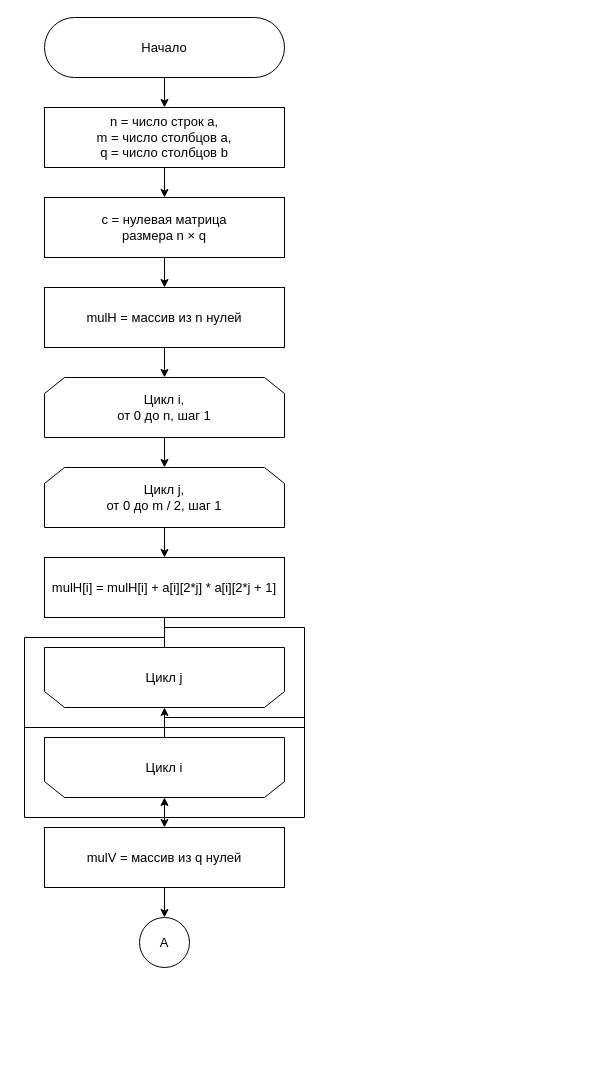
Above: page "winograd-1" (2 of 9) of lab-02/report/algo.drawio in swilldi/bmstu-sem5-algorithm-analysis (draw.io), before the change. Source tidied: cells renumbered, new cells numbered last; positions are measured from the earlier drawing's top-left corner, leaving out a move shared by most shapes. Both pictures are drawn from the tidied source at 100%, with x=0, y=0 at pixel (44, 17).
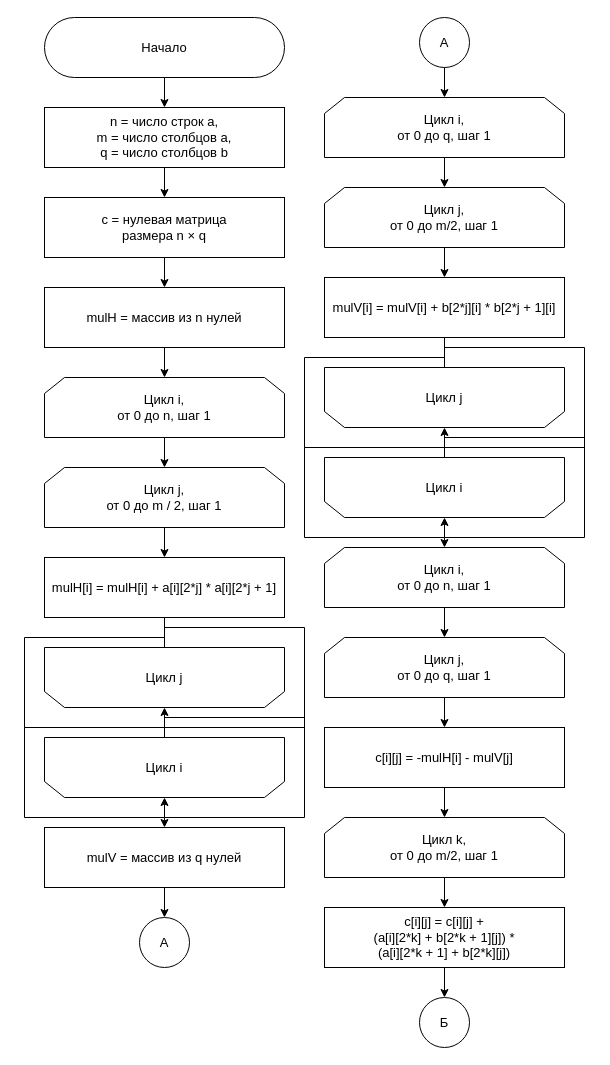
After the change.

What changed in the source:
```diff
@@
+    <mxCell id="23" value="А" style="ellipse;whiteSpace=wrap;html=1;fontSize=13;" parent="1" vertex="1">
+      <mxGeometry x="375" width="50" height="50" as="geometry" />
+    </mxCell>
+    <mxCell id="24" value="&lt;div&gt;Цикл i,&lt;/div&gt;&lt;div&gt;от 0 до q, шаг 1&lt;/div&gt;" style="shape=loopLimit;whiteSpace=wrap;html=1;fontSize=13;" parent="1" vertex="1">
+      <mxGeometry x="280" y="80" width="240" height="60" as="geometry" />
+    </mxCell>
+    <mxCell id="25" style="edgeStyle=orthogonalEdgeStyle;rounded=0;jettySize=auto;html=1;fontSize=13;entryX=0.5;entryY=0;entryDx=0;entryDy=0;" parent="1" edge="1" source="23" target="24">
+      <mxGeometry relative="1" as="geometry" />
+    </mxCell>
+    <mxCell id="26" value="&lt;div&gt;Цикл j,&lt;/div&gt;&lt;div&gt;от 0 до m/2, шаг 1&lt;/div&gt;" style="shape=loopLimit;whiteSpace=wrap;html=1;fontSize=13;" parent="1" vertex="1">
+      <mxGeometry x="280" y="170" width="240" height="60" as="geometry" />
+    </mxCell>
+    <mxCell id="27" style="edgeStyle=orthogonalEdgeStyle;rounded=0;jettySize=auto;html=1;fontSize=13;entryX=0.5;entryY=0;entryDx=0;entryDy=0;" parent="1" edge="1" source="24" target="26">
+      <mxGeometry relative="1" as="geometry" />
+    </mxCell>
+    <mxCell id="28" value="mulV[i] = mulV[i] + b[2*j][i] * b[2*j + 1][i]" style="whiteSpace=wrap;html=1;fontSize=13;" parent="1" vertex="1">
+      <mxGeometry x="280" y="260" width="240" height="60" as="geometry" />
+    </mxCell>
+    <mxCell id="29" style="edgeStyle=orthogonalEdgeStyle;rounded=0;jettySize=auto;html=1;fontSize=13;entryX=0.5;entryY=0;entryDx=0;entryDy=0;" parent="1" edge="1" source="26" target="28">
+      <mxGeometry relative="1" as="geometry" />
+    </mxCell>
+    <mxCell id="30" value="Цикл j" style="shape=loopLimit;whiteSpace=wrap;html=1;fontSize=13;flipV=1;legacyAnchorPoints=0;" parent="1" vertex="1">
+      <mxGeometry x="280" y="350" width="240" height="60" as="geometry" />
+    </mxCell>
+    <mxCell id="31" style="edgeStyle=orthogonalEdgeStyle;rounded=0;jettySize=auto;html=1;fontSize=13;entryX=0.5;entryY=1;entryDx=0;entryDy=0;" parent="1" edge="1" source="28" target="30">
+      <mxGeometry relative="1" as="geometry" />
+    </mxCell>
+    <mxCell id="32" value="Цикл i" style="shape=loopLimit;whiteSpace=wrap;html=1;fontSize=13;flipV=1;legacyAnchorPoints=0;" parent="1" vertex="1">
+      <mxGeometry x="280" y="440" width="240" height="60" as="geometry" />
+    </mxCell>
+    <mxCell id="33" style="edgeStyle=orthogonalEdgeStyle;rounded=0;jettySize=auto;html=1;fontSize=13;entryX=0.5;entryY=1;entryDx=0;entryDy=0;exitX=0.5;exitY=0;exitDx=0;exitDy=0;" parent="1" edge="1" source="30" target="32">
+      <mxGeometry relative="1" as="geometry" />
+    </mxCell>
+    <mxCell id="34" value="&lt;div&gt;Цикл i,&lt;/div&gt;&lt;div&gt;от 0 до n, шаг 1&lt;/div&gt;" style="shape=loopLimit;whiteSpace=wrap;html=1;fontSize=13;" parent="1" vertex="1">
+      <mxGeometry x="280" y="530" width="240" height="60" as="geometry" />
+    </mxCell>
+    <mxCell id="35" style="edgeStyle=orthogonalEdgeStyle;rounded=0;jettySize=auto;html=1;fontSize=13;entryX=0.5;entryY=0;entryDx=0;entryDy=0;exitX=0.5;exitY=0;exitDx=0;exitDy=0;" parent="1" edge="1" source="32" target="34">
+      <mxGeometry relative="1" as="geometry" />
+    </mxCell>
+    <mxCell id="36" value="&lt;div&gt;Цикл j,&lt;/div&gt;&lt;div&gt;от 0 до q, шаг 1&lt;/div&gt;" style="shape=loopLimit;whiteSpace=wrap;html=1;fontSize=13;" parent="1" vertex="1">
+      <mxGeometry x="280" y="620" width="240" height="60" as="geometry" />
+    </mxCell>
+    <mxCell id="37" style="edgeStyle=orthogonalEdgeStyle;rounded=0;jettySize=auto;html=1;fontSize=13;entryX=0.5;entryY=0;entryDx=0;entryDy=0;" parent="1" edge="1" source="34" target="36">
+      <mxGeometry relative="1" as="geometry" />
+    </mxCell>
+    <mxCell id="38" value="c[i][j] = -mulH[i] - mulV[j]" style="whiteSpace=wrap;html=1;fontSize=13;" parent="1" vertex="1">
+      <mxGeometry x="280" y="710" width="240" height="60" as="geometry" />
+    </mxCell>
+    <mxCell id="39" style="edgeStyle=orthogonalEdgeStyle;rounded=0;jettySize=auto;html=1;fontSize=13;entryX=0.5;entryY=0;entryDx=0;entryDy=0;" parent="1" edge="1" source="36" target="38">
+      <mxGeometry relative="1" as="geometry" />
+    </mxCell>
+    <mxCell id="40" value="&lt;div&gt;Цикл k,&lt;/div&gt;&lt;div&gt;от 0 до m/2, шаг 1&lt;/div&gt;" style="shape=loopLimit;whiteSpace=wrap;html=1;fontSize=13;" parent="1" vertex="1">
+      <mxGeometry x="280" y="800" width="240" height="60" as="geometry" />
+    </mxCell>
+    <mxCell id="41" style="edgeStyle=orthogonalEdgeStyle;rounded=0;jettySize=auto;html=1;fontSize=13;entryX=0.5;entryY=0;entryDx=0;entryDy=0;" parent="1" edge="1" source="38" target="40">
+      <mxGeometry relative="1" as="geometry" />
+    </mxCell>
+    <mxCell id="42" value="c[i][j] = c[i][j] + &lt;br&gt;(a[i][2*k] + b[2*k + 1][j]) * &lt;br&gt;(a[i][2*k + 1] + b[2*k][j])" style="whiteSpace=wrap;html=1;fontSize=13;" parent="1" vertex="1">
+      <mxGeometry x="280" y="890" width="240" height="60" as="geometry" />
+    </mxCell>
+    <mxCell id="43" style="edgeStyle=orthogonalEdgeStyle;rounded=0;jettySize=auto;html=1;fontSize=13;entryX=0.5;entryY=0;entryDx=0;entryDy=0;" parent="1" edge="1" source="40" target="42">
+      <mxGeometry relative="1" as="geometry" />
+    </mxCell>
+    <mxCell id="44" value="Б" style="ellipse;whiteSpace=wrap;html=1;fontSize=13;" parent="1" vertex="1">
+      <mxGeometry x="375" y="980" width="50" height="50" as="geometry" />
+    </mxCell>
+    <mxCell id="45" style="edgeStyle=orthogonalEdgeStyle;rounded=0;jettySize=auto;html=1;fontSize=13;entryX=0.5;entryY=0;entryDx=0;entryDy=0;" parent="1" edge="1" source="42" target="44">
+      <mxGeometry relative="1" as="geometry" />
+    </mxCell>
```
